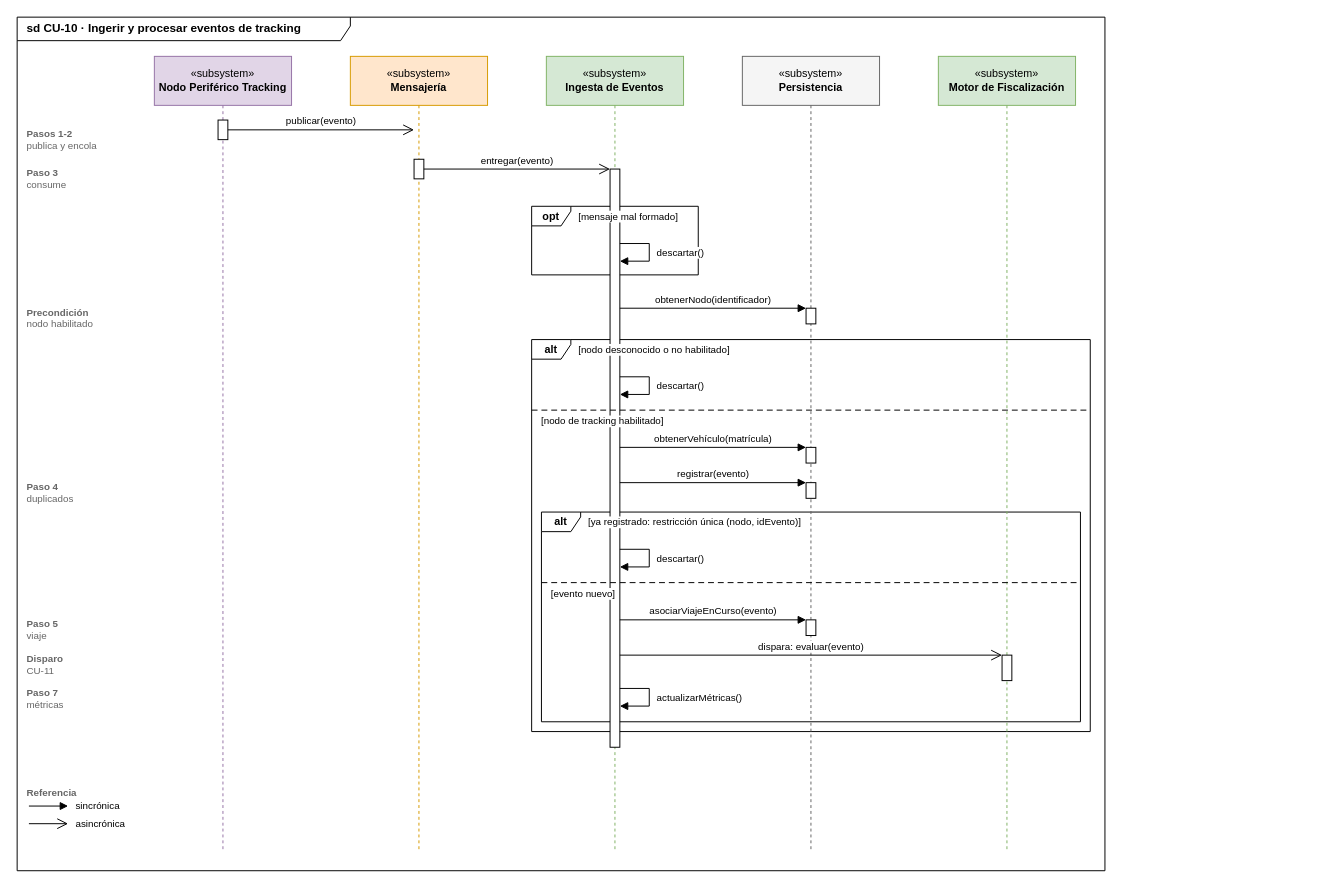
Before: docs/informe/fuentes-drawio/carga-uy-secuencia-cu10.drawio in LucasLazogue/TSE-carga-uy, a draw.io diagram. Source tidied: cells renumbered, new cells numbered last; positions are measured from the earlier drawing's top-left corner, leaving out a move shared by most shapes. Both pictures are drawn from the tidied source at 98%, with x=0, y=0 at pixel (17, 17).
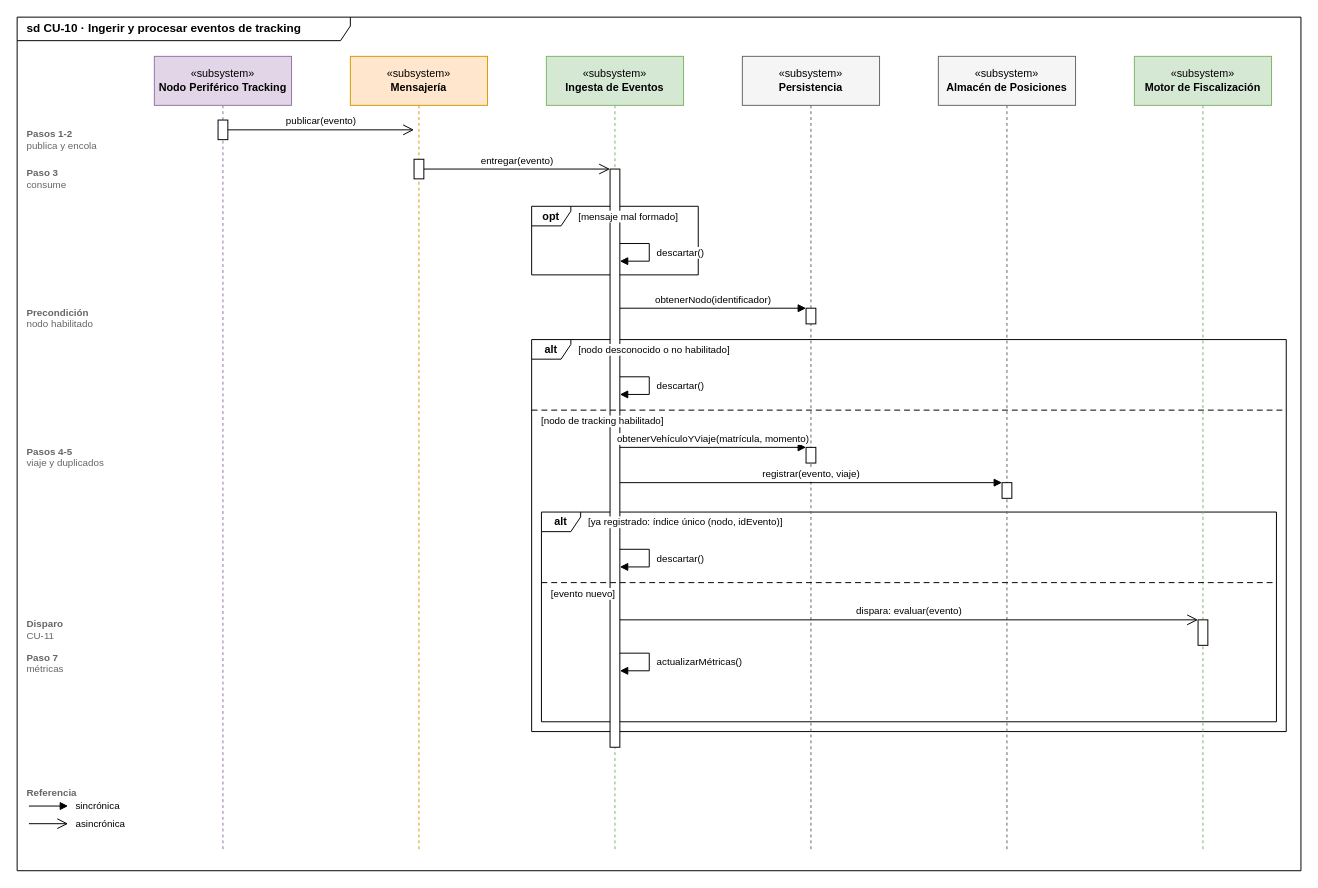
The same page after the edit.

Commit message (it also covers changes not shown here):
docs: posiciones en mongodb en la vista logica y la da07

The change refers to these unchanged cells:
```xml
<mxCell id="12" value="«subsystem»&lt;br&gt;&lt;b&gt;Persistencia&lt;/b&gt;" style="shape=umlLifeline;perimeter=lifelinePerimeter;whiteSpace=wrap;html=1;newEdgeStyle={&quot;curved&quot;:0,&quot;rounded&quot;:0};size=50;fontSize=11;fillColor=#f5f5f5;strokeColor=#666666;" parent="1" vertex="1">
  <mxGeometry x="740" y="40" width="140" height="811" as="geometry" />
</mxCell>
```

Diff of the diagram source:
```diff
@@
     <mxCell id="2" value="sd CU-10 · Ingerir y procesar eventos de tracking" style="shape=umlFrame;whiteSpace=wrap;html=1;width=340;height=24;fillColor=none;fontSize=12;fontStyle=1;align=left;spacingLeft=8;" parent="1" vertex="1">
-      <mxGeometry width="1110" height="871" as="geometry" />
+      <mxGeometry width="1310" height="871" as="geometry" />
     </mxCell>
@@
     <mxCell id="4" value="alt" style="shape=umlFrame;whiteSpace=wrap;html=1;width=40;height=20;fillColor=none;fontSize=11;fontStyle=1;" parent="1" vertex="1">
-      <mxGeometry x="535" y="505" width="550" height="214" as="geometry" />
+      <mxGeometry x="535" y="505" width="750" height="214" as="geometry" />
     </mxCell>
     <mxCell id="5" value="alt" style="shape=umlFrame;whiteSpace=wrap;html=1;width=40;height=20;fillColor=none;fontSize=11;fontStyle=1;" parent="1" vertex="1">
-      <mxGeometry x="525" y="329" width="570" height="400" as="geometry" />
+      <mxGeometry x="525" y="329" width="770" height="400" as="geometry" />
     </mxCell>
@@
+    <mxCell id="49" value="«subsystem»&lt;br&gt;&lt;b&gt;Almacén de Posiciones&lt;/b&gt;" style="shape=umlLifeline;perimeter=lifelinePerimeter;whiteSpace=wrap;html=1;newEdgeStyle={&quot;curved&quot;:0,&quot;rounded&quot;:0};size=50;fontSize=11;fillColor=#f5f5f5;strokeColor=#666666;" parent="1" vertex="1">
+      <mxGeometry x="940" y="40" width="140" height="811" as="geometry" />
+    </mxCell>
-    <mxCell id="15" style="html=1;perimeter=orthogonalPerimeter;targetShapes=umlLifeline;newEdgeStyle={&quot;curved&quot;:0,&quot;rounded&quot;:0};fillColor=#ffffff;" parent="12" vertex="1">
+    <mxCell id="15" style="html=1;perimeter=orthogonalPerimeter;targetShapes=umlLifeline;newEdgeStyle={&quot;curved&quot;:0,&quot;rounded&quot;:0};fillColor=#ffffff;" parent="49" vertex="1">
       <mxGeometry x="65" y="435" width="10" height="16" as="geometry" />
     </mxCell>
-    <mxCell id="16" style="html=1;perimeter=orthogonalPerimeter;targetShapes=umlLifeline;newEdgeStyle={&quot;curved&quot;:0,&quot;rounded&quot;:0};fillColor=#ffffff;" parent="12" vertex="1">
-      <mxGeometry x="65" y="575" width="10" height="16" as="geometry" />
-    </mxCell>
     <mxCell id="17" value="«subsystem»&lt;br&gt;&lt;b&gt;Motor de Fiscalización&lt;/b&gt;" style="shape=umlLifeline;perimeter=lifelinePerimeter;whiteSpace=wrap;html=1;newEdgeStyle={&quot;curved&quot;:0,&quot;rounded&quot;:0};size=50;fontSize=11;fillColor=#d5e8d4;strokeColor=#82b366;" parent="1" vertex="1">
-      <mxGeometry x="940" y="40" width="140" height="811" as="geometry" />
+      <mxGeometry x="1140" y="40" width="140" height="811" as="geometry" />
     </mxCell>
     <mxCell id="18" style="html=1;perimeter=orthogonalPerimeter;targetShapes=umlLifeline;newEdgeStyle={&quot;curved&quot;:0,&quot;rounded&quot;:0};fillColor=#ffffff;" parent="17" vertex="1">
-      <mxGeometry x="65" y="611" width="10" height="26" as="geometry" />
+      <mxGeometry x="65" y="575" width="10" height="26" as="geometry" />
     </mxCell>
@@
     <mxCell id="24" style="endArrow=none;dashed=1;html=1;dashPattern=6 4;" parent="1" edge="1">
       <mxGeometry relative="1" as="geometry">
         <mxPoint x="525" y="401" as="sourcePoint" />
-        <mxPoint x="1095" y="401" as="targetPoint" />
+        <mxPoint x="1295" y="401" as="targetPoint" />
       </mxGeometry>
     </mxCell>
-    <mxCell id="25" value="obtenerVehículo(matrícula)" style="html=1;fontSize=10;labelBackgroundColor=#ffffff;rounded=0;verticalAlign=bottom;endArrow=block;endFill=1;" parent="1" edge="1">
+    <mxCell id="25" value="obtenerVehículoYViaje(matrícula, momento)" style="html=1;fontSize=10;labelBackgroundColor=#ffffff;rounded=0;verticalAlign=bottom;endArrow=block;endFill=1;" parent="1" edge="1">
       <mxGeometry relative="1" as="geometry">
         <mxPoint x="615" y="439" as="sourcePoint" />
         <mxPoint x="805" y="439" as="targetPoint" />
       </mxGeometry>
     </mxCell>
-    <mxCell id="26" value="registrar(evento)" style="html=1;fontSize=10;labelBackgroundColor=#ffffff;rounded=0;verticalAlign=bottom;endArrow=block;endFill=1;" parent="1" edge="1">
+    <mxCell id="26" value="registrar(evento, viaje)" style="html=1;fontSize=10;labelBackgroundColor=#ffffff;rounded=0;verticalAlign=bottom;endArrow=block;endFill=1;" parent="1" edge="1">
       <mxGeometry relative="1" as="geometry">
         <mxPoint x="615" y="475" as="sourcePoint" />
-        <mxPoint x="805" y="475" as="targetPoint" />
+        <mxPoint x="1005" y="475" as="targetPoint" />
       </mxGeometry>
     </mxCell>
@@
     <mxCell id="28" style="endArrow=none;dashed=1;html=1;dashPattern=6 4;" parent="1" edge="1">
       <mxGeometry relative="1" as="geometry">
         <mxPoint x="535" y="577" as="sourcePoint" />
-        <mxPoint x="1085" y="577" as="targetPoint" />
+        <mxPoint x="1285" y="577" as="targetPoint" />
       </mxGeometry>
     </mxCell>
-    <mxCell id="29" value="asociarViajeEnCurso(evento)" style="html=1;fontSize=10;labelBackgroundColor=#ffffff;rounded=0;verticalAlign=bottom;endArrow=block;endFill=1;" parent="1" edge="1">
-      <mxGeometry relative="1" as="geometry">
-        <mxPoint x="615" y="615" as="sourcePoint" />
-        <mxPoint x="805" y="615" as="targetPoint" />
-      </mxGeometry>
-    </mxCell>
     <mxCell id="30" value="dispara: evaluar(evento)" style="html=1;fontSize=10;labelBackgroundColor=#ffffff;rounded=0;verticalAlign=bottom;endArrow=open;endFill=0;endSize=9;" parent="1" edge="1">
       <mxGeometry relative="1" as="geometry">
-        <mxPoint x="615" y="651" as="sourcePoint" />
-        <mxPoint x="1005" y="651" as="targetPoint" />
+        <mxPoint x="615" y="615" as="sourcePoint" />
+        <mxPoint x="1205" y="615" as="targetPoint" />
       </mxGeometry>
     </mxCell>
     <mxCell id="31" value="actualizarMétricas()" style="html=1;fontSize=10;labelBackgroundColor=#ffffff;rounded=0;align=left;spacingLeft=6;verticalAlign=middle;endArrow=block;endFill=1;" parent="1" edge="1">
       <mxGeometry relative="1" as="geometry">
-        <mxPoint x="615" y="685" as="sourcePoint" />
-        <mxPoint x="615" y="703" as="targetPoint" />
+        <mxPoint x="615" y="649" as="sourcePoint" />
+        <mxPoint x="615" y="667" as="targetPoint" />
         <Array as="points">
-          <mxPoint x="645" y="685" />
-          <mxPoint x="645" y="703" />
+          <mxPoint x="645" y="649" />
+          <mxPoint x="645" y="667" />
         </Array>
       </mxGeometry>
     </mxCell>
@@
     <mxCell id="38" value="[nodo desconocido o no habilitado]" style="text;html=1;align=left;verticalAlign=middle;fontSize=10;spacingLeft=2;labelBackgroundColor=#ffffff;" parent="1" vertex="1">
-      <mxGeometry x="569" y="331" width="520" height="16" as="geometry" />
+      <mxGeometry x="569" y="331" width="720" height="16" as="geometry" />
     </mxCell>
     <mxCell id="39" value="[nodo de tracking habilitado]" style="text;html=1;align=left;verticalAlign=middle;fontSize=10;spacingLeft=2;labelBackgroundColor=#ffffff;" parent="1" vertex="1">
-      <mxGeometry x="531" y="404" width="558" height="16" as="geometry" />
+      <mxGeometry x="531" y="404" width="758" height="16" as="geometry" />
     </mxCell>
-    <mxCell id="40" value="&lt;b&gt;Paso 4&lt;/b&gt;&lt;br&gt;duplicados" style="text;html=1;align=left;verticalAlign=top;fontSize=10;fontColor=#666666;" parent="1" vertex="1">
+    <mxCell id="40" style="text;html=1;align=left;verticalAlign=top;fontSize=10;fontColor=#666666;" parent="1" vertex="1">
       <mxGeometry x="8" y="467" width="125" height="28" as="geometry" />
     </mxCell>
-    <mxCell id="41" value="[ya registrado: restricción única (nodo, idEvento)]" style="text;html=1;align=left;verticalAlign=middle;fontSize=10;spacingLeft=2;labelBackgroundColor=#ffffff;" parent="1" vertex="1">
-      <mxGeometry x="579" y="507" width="500" height="16" as="geometry" />
+    <mxCell id="41" value="[ya registrado: índice único (nodo, idEvento)]" style="text;html=1;align=left;verticalAlign=middle;fontSize=10;spacingLeft=2;labelBackgroundColor=#ffffff;" parent="1" vertex="1">
+      <mxGeometry x="579" y="507" width="700" height="16" as="geometry" />
     </mxCell>
     <mxCell id="42" value="[evento nuevo]" style="text;html=1;align=left;verticalAlign=middle;fontSize=10;spacingLeft=2;labelBackgroundColor=#ffffff;" parent="1" vertex="1">
-      <mxGeometry x="541" y="580" width="538" height="16" as="geometry" />
+      <mxGeometry x="541" y="580" width="738" height="16" as="geometry" />
     </mxCell>
-    <mxCell id="43" value="&lt;b&gt;Paso 5&lt;/b&gt;&lt;br&gt;viaje" style="text;html=1;align=left;verticalAlign=top;fontSize=10;fontColor=#666666;" parent="1" vertex="1">
-      <mxGeometry x="8" y="607" width="125" height="28" as="geometry" />
+    <mxCell id="43" value="&lt;b&gt;Pasos 4-5&lt;/b&gt;&lt;br&gt;viaje y duplicados" style="text;html=1;align=left;verticalAlign=top;fontSize=10;fontColor=#666666;" parent="1" vertex="1">
+      <mxGeometry x="8" y="431" width="125" height="28" as="geometry" />
     </mxCell>
     <mxCell id="44" value="&lt;b&gt;Disparo&lt;/b&gt;&lt;br&gt;CU-11" style="text;html=1;align=left;verticalAlign=top;fontSize=10;fontColor=#666666;" parent="1" vertex="1">
-      <mxGeometry x="8" y="643" width="125" height="28" as="geometry" />
+      <mxGeometry x="8" y="607" width="125" height="28" as="geometry" />
     </mxCell>
     <mxCell id="45" value="&lt;b&gt;Paso 7&lt;/b&gt;&lt;br&gt;métricas" style="text;html=1;align=left;verticalAlign=top;fontSize=10;fontColor=#666666;" parent="1" vertex="1">
-      <mxGeometry x="8" y="677" width="125" height="28" as="geometry" />
+      <mxGeometry x="8" y="641" width="125" height="28" as="geometry" />
     </mxCell>
```
